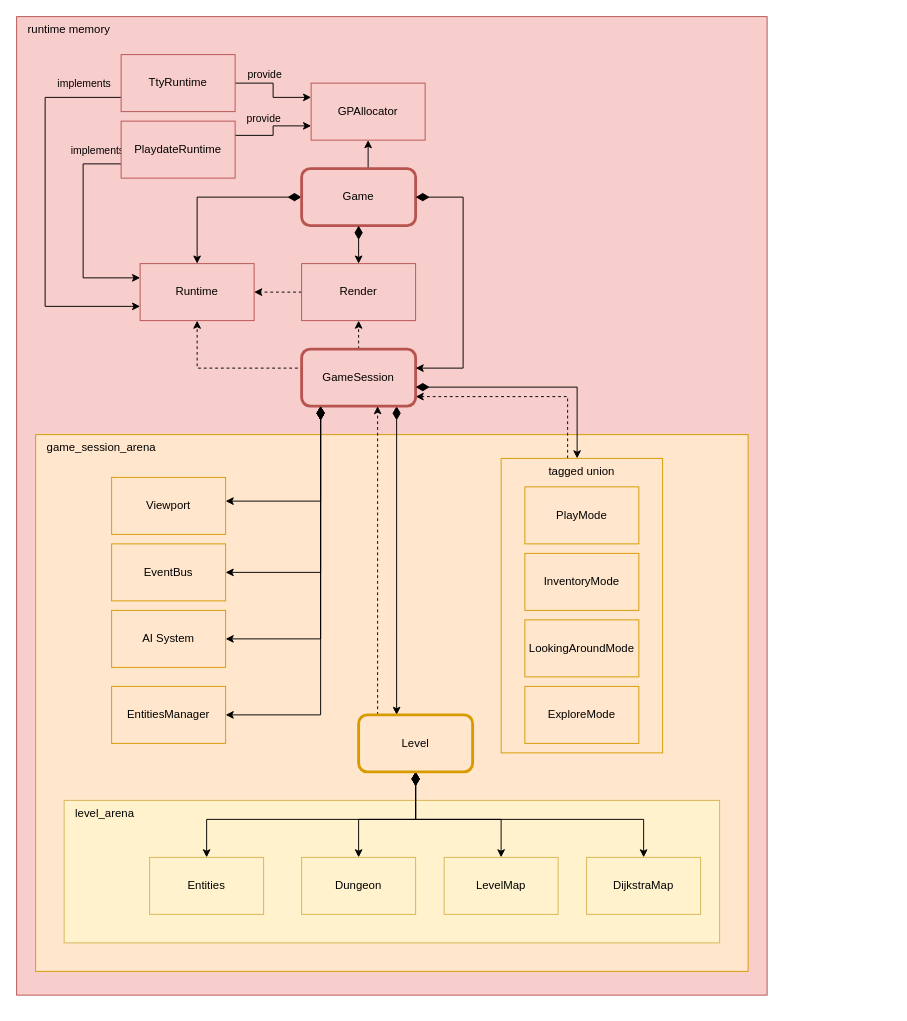
Above: page "Main components" (3 of 10) of docs/schemas.drawio in vladimir-popov/forgotten_catacombs (draw.io), before the change. Source tidied: cells renumbered, new cells numbered last; positions are measured from the earlier drawing's top-left corner, leaving out a move shared by most shapes. Both pictures are drawn from the tidied source at 95%, with x=0, y=0 at pixel (16, 16).
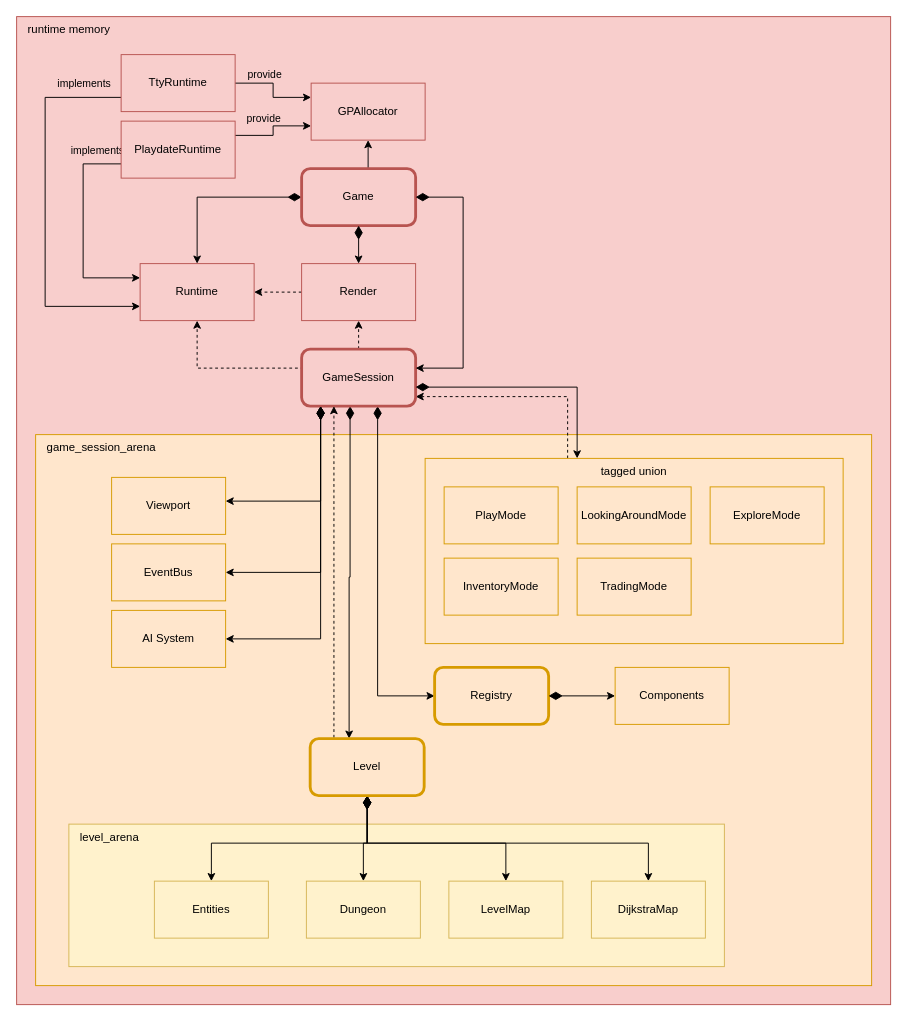
After the change.

Unchanged cells that the change refers to:
```xml
<mxCell id="16" value="GameSession" style="rounded=1;whiteSpace=wrap;html=1;fillColor=#f8cecc;strokeColor=#b85450;strokeWidth=3;" parent="1" vertex="1">
  <mxGeometry x="300" y="350" width="120" height="60" as="geometry" />
</mxCell>
```

What changed in the source:
```diff
@@
     <mxCell id="2" value="runtime memory" style="rounded=0;whiteSpace=wrap;html=1;fillColor=#f8cecc;strokeColor=#b85450;verticalAlign=top;align=left;spacingLeft=10;" parent="1" vertex="1">
-      <mxGeometry width="790" height="1030" as="geometry" />
+      <mxGeometry width="920" height="1040" as="geometry" />
     </mxCell>
     <mxCell id="3" value="game_session_arena" style="rounded=0;whiteSpace=wrap;html=1;fillColor=#ffe6cc;strokeColor=#d79b00;align=left;verticalAlign=top;spacingLeft=10;" parent="1" vertex="1">
-      <mxGeometry x="20" y="440" width="750" height="565" as="geometry" />
+      <mxGeometry x="20" y="440" width="880" height="580" as="geometry" />
     </mxCell>
@@
     <mxCell id="5" value="tagged union" style="rounded=0;whiteSpace=wrap;html=1;fillColor=#ffe6cc;strokeColor=#d79b00;verticalAlign=top;" parent="1" vertex="1">
-      <mxGeometry x="510" y="465" width="170" height="310" as="geometry" />
+      <mxGeometry x="430" y="465" width="440" height="195" as="geometry" />
     </mxCell>
     <mxCell id="6" value="level_arena" style="rounded=0;whiteSpace=wrap;html=1;fillColor=#fff2cc;strokeColor=#d6b656;align=left;verticalAlign=top;spacingLeft=10;" parent="1" vertex="1">
-      <mxGeometry x="50" y="825" width="690" height="150" as="geometry" />
+      <mxGeometry x="55" y="850" width="690" height="150" as="geometry" />
     </mxCell>
@@
-    <mxCell id="13" style="edgeStyle=orthogonalEdgeStyle;rounded=0;jettySize=auto;html=1;startArrow=diamondThin;startFill=1;startSize=12;" parent="1" edge="1" source="16" target="22">
+    <mxCell id="13" style="edgeStyle=orthogonalEdgeStyle;rounded=0;orthogonalLoop=1;jettySize=auto;html=1;startArrow=diamondThin;startFill=1;startSize=12;" parent="1" edge="1">
       <mxGeometry relative="1" as="geometry">
+        <mxPoint x="351" y="410" as="sourcePoint" />
+        <mxPoint x="350" y="760" as="targetPoint" />
         <Array as="points">
-          <mxPoint x="400" y="650" />
-          <mxPoint x="400" y="650" />
+          <mxPoint x="351" y="590" />
+          <mxPoint x="350" y="590" />
         </Array>
       </mxGeometry>
     </mxCell>
@@
-    <mxCell id="15" style="edgeStyle=orthogonalEdgeStyle;rounded=0;jettySize=auto;html=1;entryX=1;entryY=0.5;entryDx=0;entryDy=0;startArrow=diamondThin;startFill=1;startSize=12;" parent="1" edge="1" source="16" target="31">
+    <mxCell id="15" style="edgeStyle=orthogonalEdgeStyle;rounded=0;jettySize=auto;html=1;startArrow=diamondThin;startFill=1;startSize=12;entryX=0;entryY=0.5;entryDx=0;entryDy=0;" parent="1" edge="1" source="16" target="31">
       <mxGeometry relative="1" as="geometry">
         <Array as="points">
-          <mxPoint x="320" y="735" />
+          <mxPoint x="380" y="715" />
         </Array>
       </mxGeometry>
     </mxCell>
@@
-    <mxCell id="20" style="edgeStyle=orthogonalEdgeStyle;rounded=0;jettySize=auto;html=1;dashed=1;" parent="1" edge="1" source="22" target="16">
+    <mxCell id="20" style="edgeStyle=orthogonalEdgeStyle;rounded=0;jettySize=auto;html=1;dashed=1;exitX=0.25;exitY=0;exitDx=0;exitDy=0;" parent="1" edge="1" source="22" target="16">
       <mxGeometry relative="1" as="geometry">
         <Array as="points">
-          <mxPoint x="380" y="490" />
-          <mxPoint x="380" y="490" />
+          <mxPoint x="334" y="730" />
+          <mxPoint x="334" y="730" />
         </Array>
       </mxGeometry>
     </mxCell>
@@
     <mxCell id="22" value="Level" style="rounded=1;whiteSpace=wrap;html=1;fillColor=#ffe6cc;strokeColor=#d79b00;strokeWidth=3;align=center;verticalAlign=middle;fontFamily=Helvetica;fontSize=12;" parent="1" vertex="1">
-      <mxGeometry x="360" y="735" width="120" height="60" as="geometry" />
+      <mxGeometry x="309" y="760" width="120" height="60" as="geometry" />
     </mxCell>
     <mxCell id="23" value="Dungeon" style="rounded=0;whiteSpace=wrap;html=1;fillColor=#fff2cc;strokeColor=#d6b656;" parent="1" vertex="1">
-      <mxGeometry x="300" y="885" width="120" height="60" as="geometry" />
+      <mxGeometry x="305" y="910" width="120" height="60" as="geometry" />
     </mxCell>
@@
     <mxCell id="29" value="PlayMode" style="rounded=0;whiteSpace=wrap;html=1;fillColor=#ffe6cc;strokeColor=#d79b00;" parent="1" vertex="1">
-      <mxGeometry x="535" y="495" width="120" height="60" as="geometry" />
+      <mxGeometry x="450" y="495" width="120" height="60" as="geometry" />
     </mxCell>
     <mxCell id="30" value="InventoryMode" style="rounded=0;whiteSpace=wrap;html=1;fillColor=#ffe6cc;strokeColor=#d79b00;" parent="1" vertex="1">
-      <mxGeometry x="535" y="565" width="120" height="60" as="geometry" />
+      <mxGeometry x="450" y="570" width="120" height="60" as="geometry" />
     </mxCell>
-    <mxCell id="31" value="EntitiesManager" style="rounded=0;whiteSpace=wrap;html=1;fillColor=#ffe6cc;strokeColor=#d79b00;" parent="1" vertex="1">
-      <mxGeometry x="100" y="705" width="120" height="60" as="geometry" />
+    <mxCell id="31" value="Registry" style="rounded=1;whiteSpace=wrap;html=1;fillColor=#ffe6cc;strokeColor=#d79b00;strokeWidth=3;align=center;verticalAlign=middle;fontFamily=Helvetica;fontSize=12;fontColor=default;" parent="1" vertex="1">
+      <mxGeometry x="440" y="685" width="120" height="60" as="geometry" />
     </mxCell>
     <mxCell id="32" value="Entities" style="rounded=0;whiteSpace=wrap;html=1;fillColor=#fff2cc;strokeColor=#d6b656;" parent="1" vertex="1">
-      <mxGeometry x="140" y="885" width="120" height="60" as="geometry" />
+      <mxGeometry x="145" y="910" width="120" height="60" as="geometry" />
     </mxCell>
     <mxCell id="33" value="LevelMap" style="rounded=0;whiteSpace=wrap;html=1;fillColor=#fff2cc;strokeColor=#d6b656;" parent="1" vertex="1">
-      <mxGeometry x="450" y="885" width="120" height="60" as="geometry" />
+      <mxGeometry x="455" y="910" width="120" height="60" as="geometry" />
     </mxCell>
@@
     <mxCell id="35" value="LookingAroundMode" style="rounded=0;whiteSpace=wrap;html=1;fillColor=#ffe6cc;strokeColor=#d79b00;" parent="1" vertex="1">
-      <mxGeometry x="535" y="635" width="120" height="60" as="geometry" />
+      <mxGeometry x="590" y="495" width="120" height="60" as="geometry" />
     </mxCell>
@@
     <mxCell id="51" value="DijkstraMap" style="rounded=0;whiteSpace=wrap;html=1;fillColor=#fff2cc;strokeColor=#d6b656;" parent="1" vertex="1">
-      <mxGeometry x="600" y="885" width="120" height="60" as="geometry" />
+      <mxGeometry x="605" y="910" width="120" height="60" as="geometry" />
     </mxCell>
     <mxCell id="52" value="ExploreMode" style="rounded=0;whiteSpace=wrap;html=1;fillColor=#ffe6cc;strokeColor=#d79b00;" parent="1" vertex="1">
-      <mxGeometry x="535" y="705" width="120" height="60" as="geometry" />
+      <mxGeometry x="730" y="495" width="120" height="60" as="geometry" />
     </mxCell>
@@
+    <mxCell id="54" value="TradingMode" style="rounded=0;whiteSpace=wrap;html=1;fillColor=#ffe6cc;strokeColor=#d79b00;" parent="1" vertex="1">
+      <mxGeometry x="590" y="570" width="120" height="60" as="geometry" />
+    </mxCell>
+    <mxCell id="55" value="Components" style="rounded=0;whiteSpace=wrap;html=1;fillColor=#ffe6cc;strokeColor=#d79b00;" parent="1" vertex="1">
+      <mxGeometry x="630" y="685" width="120" height="60" as="geometry" />
+    </mxCell>
+    <mxCell id="56" style="edgeStyle=orthogonalEdgeStyle;rounded=0;jettySize=auto;html=1;startArrow=diamondThin;startFill=1;startSize=12;exitX=1;exitY=0.5;exitDx=0;exitDy=0;" parent="1" edge="1" source="31" target="55">
+      <mxGeometry relative="1" as="geometry" />
+    </mxCell>
```
